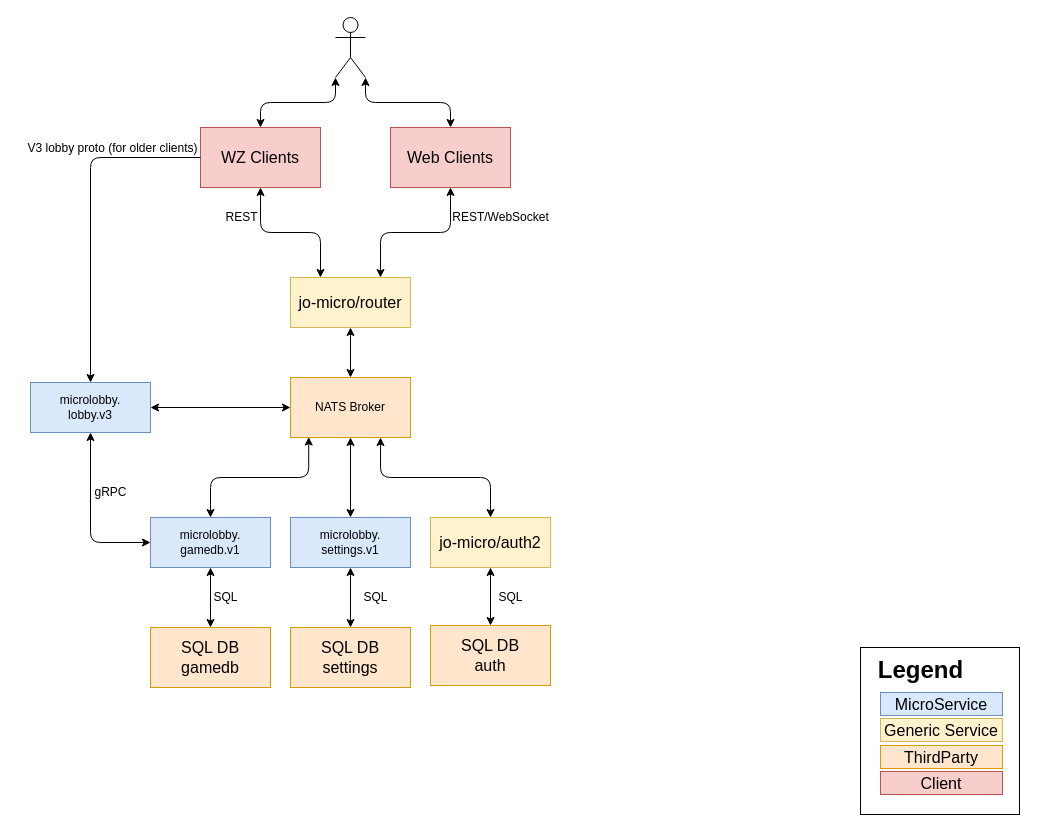
Earlier version of the draw.io diagram docs/micro-service-architecture.drawio (jochumdev/microlobby). Source tidied: cells renumbered, new cells numbered last; positions are measured from the earlier drawing's top-left corner, leaving out a move shared by most shapes. Both pictures are drawn from the tidied source at 100%, with x=0, y=0 at pixel (17, 17).
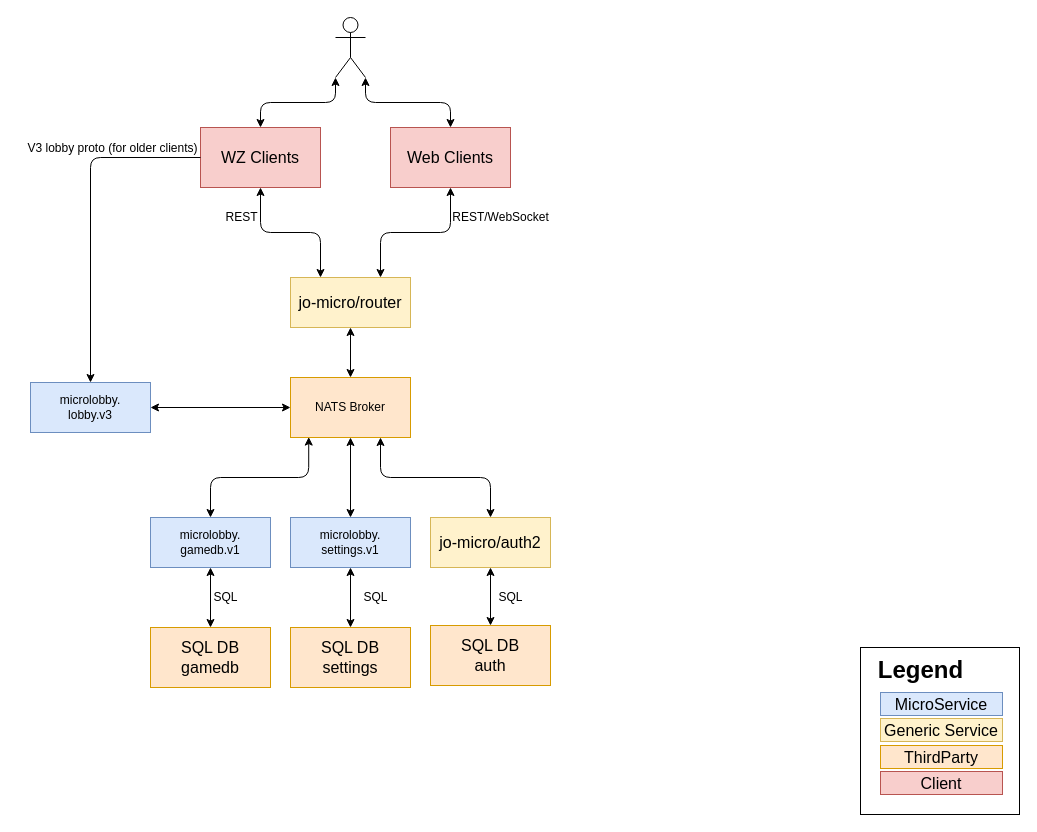
The same diagram, later.

Unchanged cells that the change refers to:
```xml
<mxCell id="7" value="microlobby.&lt;br&gt;gamedb.v1" style="rounded=0;whiteSpace=wrap;html=1;fillColor=#dae8fc;strokeColor=#6c8ebf;" parent="1" vertex="1">
  <mxGeometry x="133" y="500" width="120" height="50" as="geometry" />
</mxCell>
<mxCell id="31" value="microlobby.&lt;br&gt;lobby.v3" style="whiteSpace=wrap;html=1;fillColor=#dae8fc;strokeColor=#6c8ebf;" parent="1" vertex="1">
  <mxGeometry x="13" y="365" width="120" height="50" as="geometry" />
</mxCell>
```

The edit, as a diff of the source:
```diff
@@
-    <mxCell id="30" style="edgeStyle=none;html=1;exitX=0.5;exitY=1;exitDx=0;exitDy=0;entryX=0;entryY=0.5;entryDx=0;entryDy=0;startArrow=classic;startFill=1;" parent="1" edge="1" source="31" target="7">
-      <mxGeometry relative="1" as="geometry">
-        <Array as="points">
-          <mxPoint x="73" y="525" />
-        </Array>
-      </mxGeometry>
-    </mxCell>
@@
-    <mxCell id="37" value="gRPC" style="text;html=1;align=center;verticalAlign=middle;strokeColor=none;fillColor=none;" parent="1" vertex="1">
-      <mxGeometry x="63" y="460" width="60" height="30" as="geometry" />
-    </mxCell>
```
